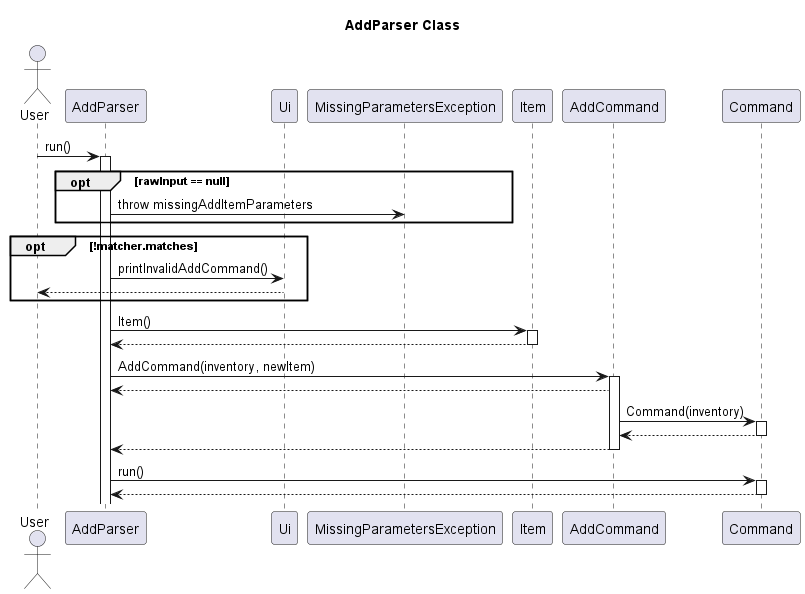
The PlantUML diagram docs/UML/Add/AddParser.png in nus-cs2113-AY2223S2/tp, before a commit.
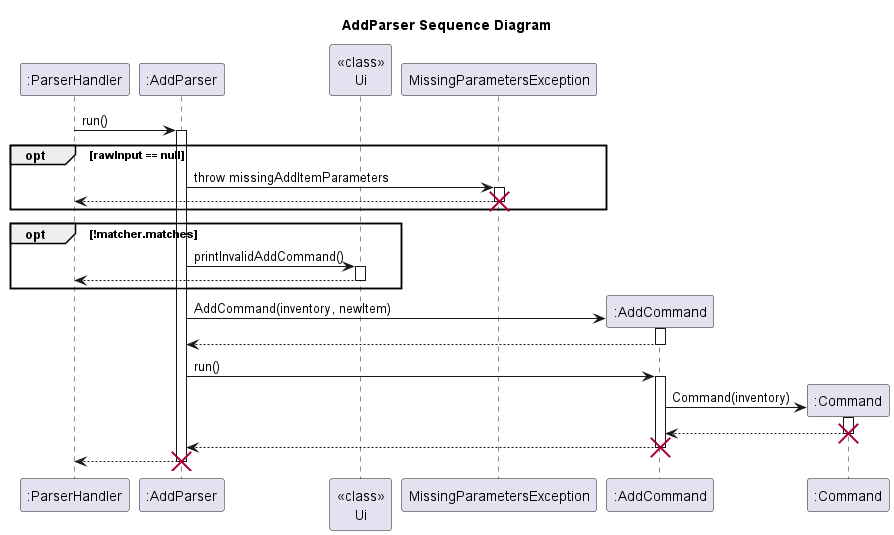
The same file after the commit.

Change to the diagram source:
```diff
@@ -1,41 +1,45 @@
 @startuml
-title AddParser Class
+title AddParser Sequence Diagram
 
-actor User
-participant AddParser
-User -> AddParser: run()
+participant ":ParserHandler" as ParserHandler
+participant ":AddParser" as AddParser
+ParserHandler -> AddParser: run()
 
 activate AddParser
-participant Ui
+participant "<<class>>\nUi"
 opt rawInput == null
 AddParser -> MissingParametersException:throw missingAddItemParameters
-
+activate MissingParametersException
+MissingParametersException --> ParserHandler:
+deactivate MissingParametersException
+destroy MissingParametersException
 end
 
 opt !matcher.matches
-AddParser -> Ui:printInvalidAddCommand()
-Ui --> User:
+AddParser -> "<<class>>\nUi":printInvalidAddCommand()
+activate "<<class>>\nUi"
+"<<class>>\nUi" --> ParserHandler:
+deactivate "<<class>>\nUi"
 end
-AddParser -> Item: Item()
-activate Item
-Item -->AddParser:
-deactivate Item
-
-AddParser -> AddCommand: AddCommand(inventory, newItem)
+participant ":AddCommand" as AddCommand
+participant ":Command" as Command
+AddParser -> AddCommand**: AddCommand(inventory, newItem)
 activate AddCommand
 AddCommand -->AddParser:
+deactivate AddCommand
 
-AddCommand -> Command:Command(inventory)
+AddParser -> AddCommand: run()
+activate AddCommand
+
+AddCommand -> Command**:Command(inventory)
 activate Command
 Command -->AddCommand:
 deactivate Command
-
+destroy Command
 AddCommand -->AddParser:
 deactivate AddCommand
+destroy AddCommand
 
-AddParser -> Command: run()
-activate Command
-Command -->AddParser:
-deactivate Command
-
+AddParser --> ParserHandler:
+destroy AddParser
 @enduml
```
